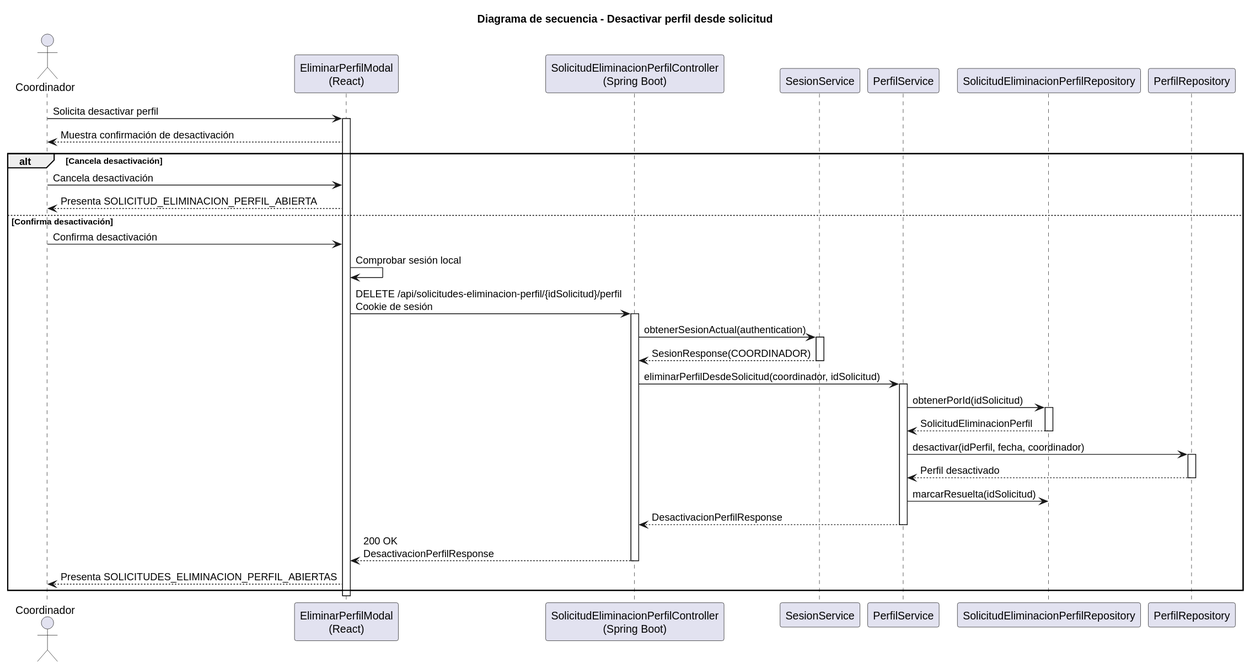
Before: images/RUP/02-diseño/casos-uso/coordinador/eliminarPerfil/secuencia.svg, a diagram exported from PlantUML (beatriizorozco/25-26-idsw2-sdVC).
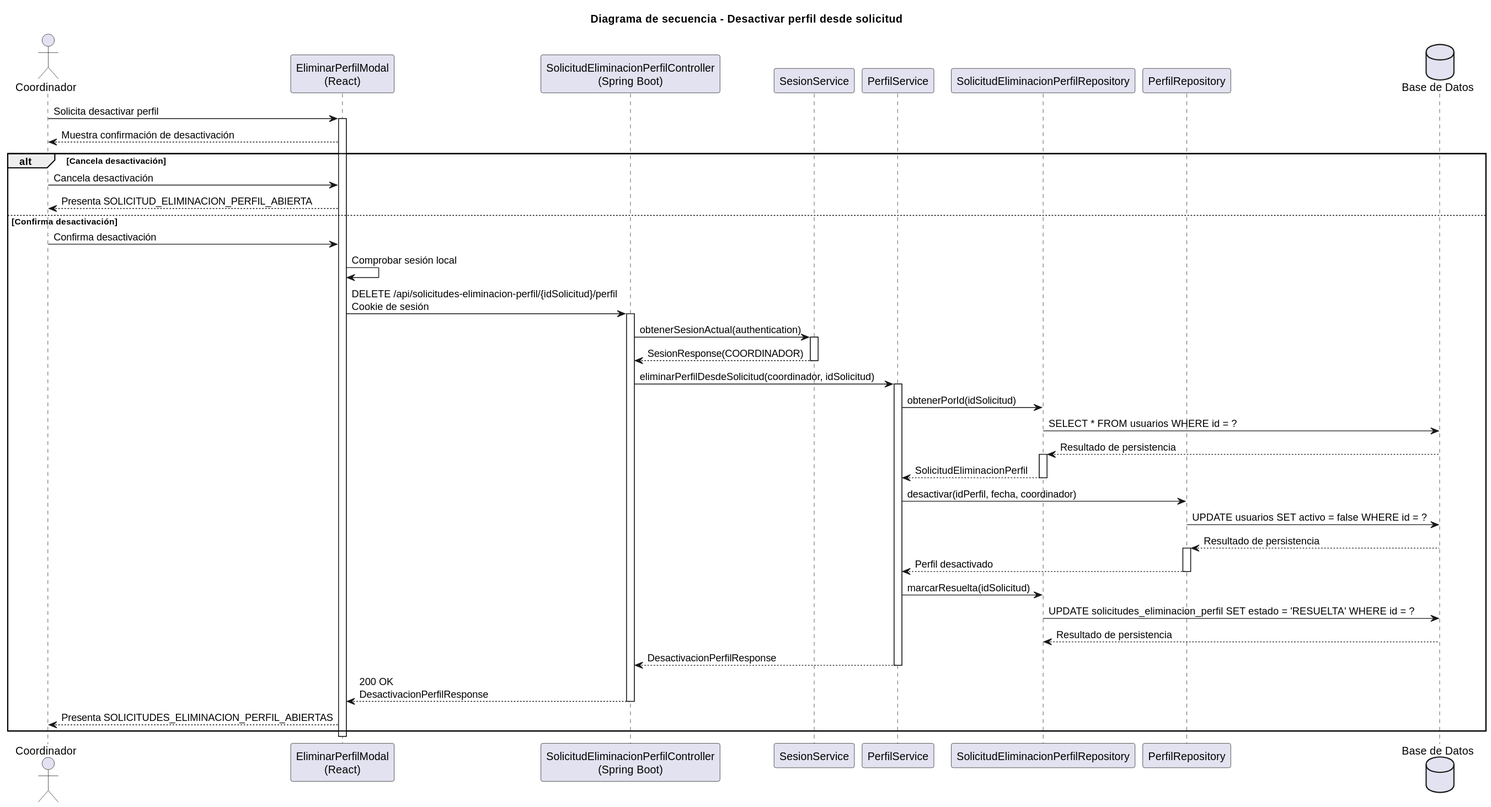
Later version of the same file.

The edit, as a diff of the source:
```diff
@@ -8,6 +8,7 @@
 participant "PerfilService" as PerfilService
 participant "SolicitudEliminacionPerfilRepository" as SolicitudRepository
 participant "PerfilRepository" as PerfilRepository
+database "Base de Datos" as DB
 
 Coordinador -> Frontend: Solicita desactivar perfil
 activate Frontend
@@ -27,14 +28,20 @@
     Api -> PerfilService: eliminarPerfilDesdeSolicitud(coordinador, idSolicitud)
     activate PerfilService
     PerfilService -> SolicitudRepository: obtenerPorId(idSolicitud)
+    SolicitudRepository -> DB: SELECT * FROM usuarios WHERE id = ?
+    DB --> SolicitudRepository: Resultado de persistencia
     activate SolicitudRepository
     SolicitudRepository --> PerfilService: SolicitudEliminacionPerfil
     deactivate SolicitudRepository
     PerfilService -> PerfilRepository: desactivar(idPerfil, fecha, coordinador)
+    PerfilRepository -> DB: UPDATE usuarios SET activo = false WHERE id = ?
+    DB --> PerfilRepository: Resultado de persistencia
     activate PerfilRepository
     PerfilRepository --> PerfilService: Perfil desactivado
     deactivate PerfilRepository
     PerfilService -> SolicitudRepository: marcarResuelta(idSolicitud)
+    SolicitudRepository -> DB: UPDATE solicitudes_eliminacion_perfil SET estado = 'RESUELTA' WHERE id = ?
+    DB --> SolicitudRepository: Resultado de persistencia
     PerfilService --> Api: DesactivacionPerfilResponse
     deactivate PerfilService
     Api --> Frontend: 200 OK\nDesactivacionPerfilResponse
```
